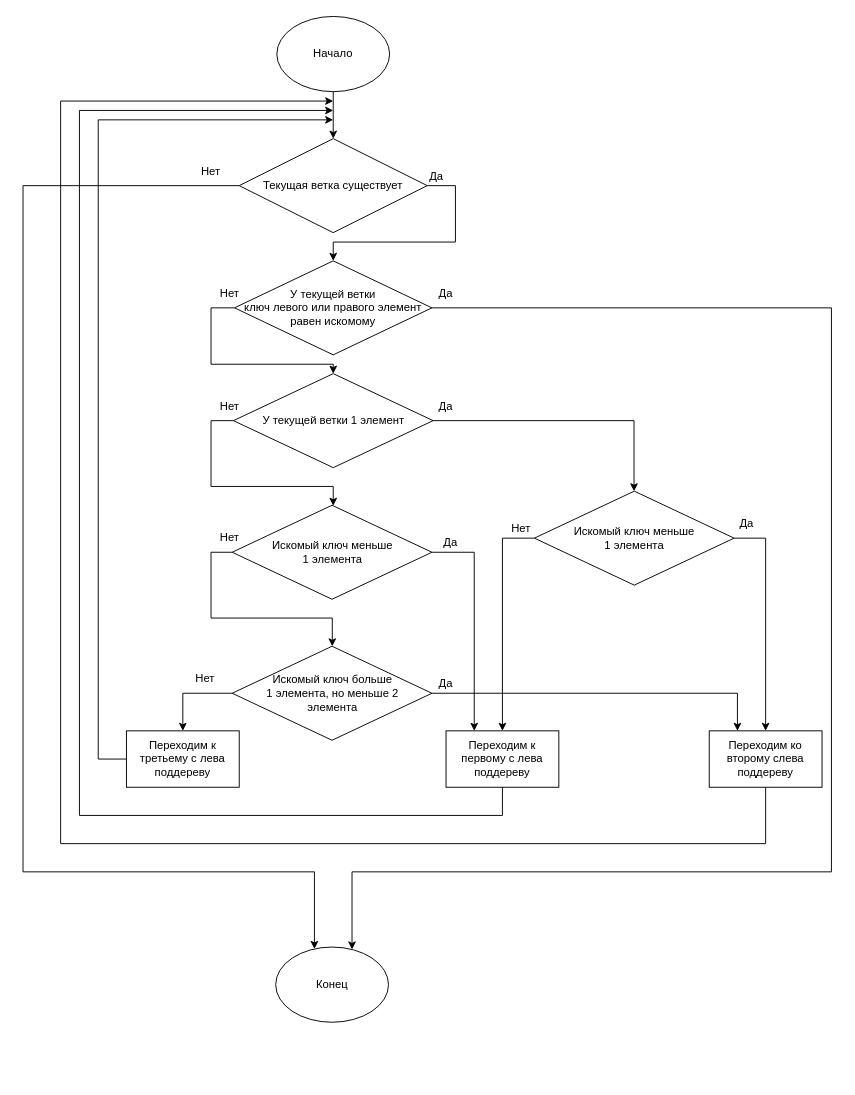
The draw.io diagram Diograms/Search.drawio in GREBIAR-Git/2-3Tree, before the edit. Source tidied: cells renumbered, new cells numbered last; positions are measured from the earlier drawing's top-left corner, leaving out a move shared by most shapes. Both pictures are drawn from the tidied source at 94%, with x=0, y=0 at pixel (23, 16).
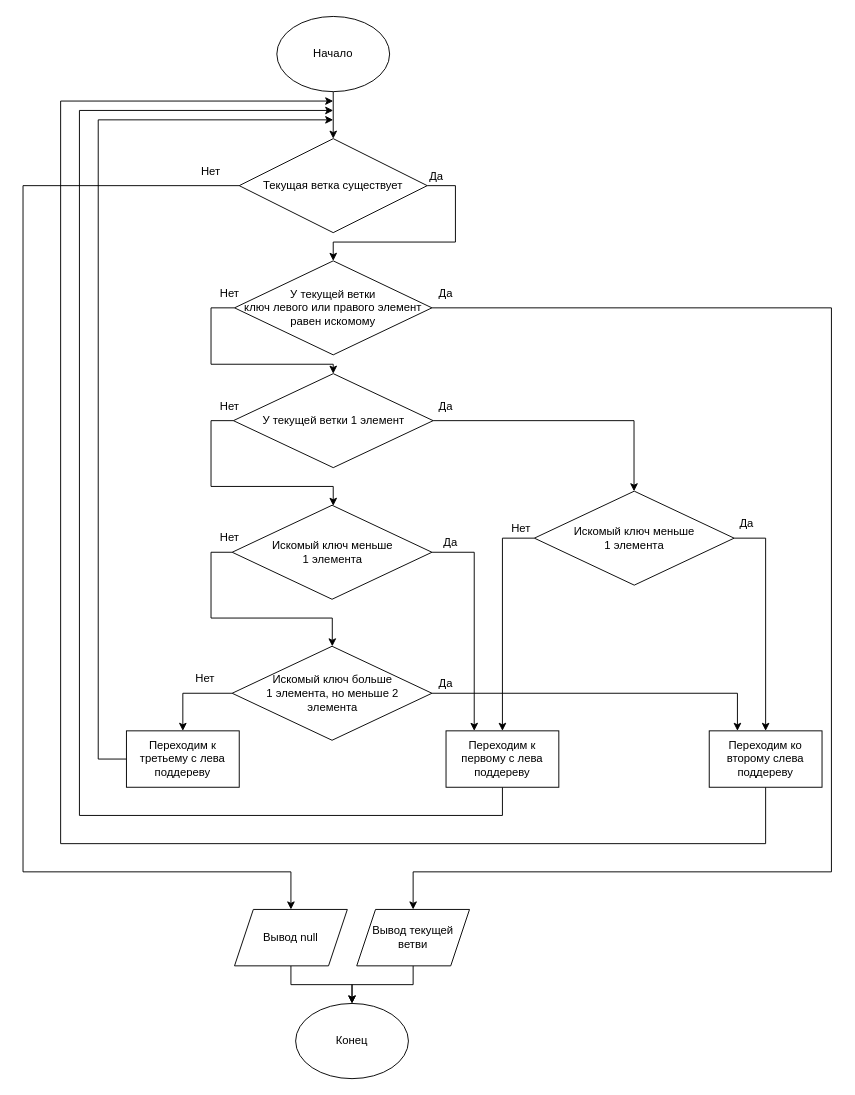
Above is the later version.

Unchanged cells that the change refers to:
```xml
<mxCell id="6" value="&lt;div&gt;Текущая ветка существует&lt;/div&gt;" style="rhombus;whiteSpace=wrap;html=1;" parent="1" vertex="1">
  <mxGeometry x="230" y="130" width="200" height="100" as="geometry" />
</mxCell>
<mxCell id="9" value="&lt;div&gt;У текущей ветки&lt;/div&gt;&lt;div&gt; ключ левого или правого элемент&lt;/div&gt;&lt;div&gt; равен искомому&lt;br&gt;&lt;/div&gt;" style="rhombus;whiteSpace=wrap;html=1;" parent="1" vertex="1">
  <mxGeometry x="225" y="260" width="210" height="100" as="geometry" />
</mxCell>
```

Diff of the diagram source:
```diff
@@
-    <mxCell id="5" style="edgeStyle=orthogonalEdgeStyle;rounded=0;jettySize=auto;html=1;" parent="1" edge="1" source="6" target="22">
+    <mxCell id="5" style="edgeStyle=orthogonalEdgeStyle;rounded=0;jettySize=auto;html=1;" parent="1" edge="1" source="6" target="44">
       <mxGeometry relative="1" as="geometry">
         <Array as="points">
           <mxPoint y="180" />
           <mxPoint y="910" />
-          <mxPoint x="310" y="910" />
+          <mxPoint x="285" y="910" />
         </Array>
       </mxGeometry>
     </mxCell>
@@
-    <mxCell id="8" style="edgeStyle=orthogonalEdgeStyle;rounded=0;jettySize=auto;html=1;" parent="1" edge="1" source="9" target="22">
+    <mxCell id="8" style="edgeStyle=orthogonalEdgeStyle;rounded=0;jettySize=auto;html=1;entryX=0.5;entryY=0;entryDx=0;entryDy=0;" parent="1" edge="1" source="9" target="42">
       <mxGeometry relative="1" as="geometry">
         <Array as="points">
           <mxPoint x="860" y="310" />
           <mxPoint x="860" y="910" />
-          <mxPoint x="350" y="910" />
+          <mxPoint x="415" y="910" />
         </Array>
       </mxGeometry>
     </mxCell>
@@
     <mxCell id="22" value="Конец" style="ellipse;whiteSpace=wrap;html=1;" parent="1" vertex="1">
-      <mxGeometry x="268.8" y="990" width="120" height="80" as="geometry" />
+      <mxGeometry x="290" y="1050" width="120" height="80" as="geometry" />
     </mxCell>
@@
+    <mxCell id="41" style="edgeStyle=orthogonalEdgeStyle;rounded=0;jettySize=auto;html=1;" parent="1" edge="1" source="42" target="22">
+      <mxGeometry relative="1" as="geometry" />
+    </mxCell>
+    <mxCell id="42" value="Вывод текущей ветви" style="shape=parallelogram;perimeter=parallelogramPerimeter;whiteSpace=wrap;html=1;fixedSize=1;" parent="1" vertex="1">
+      <mxGeometry x="355" y="950" width="120" height="60" as="geometry" />
+    </mxCell>
+    <mxCell id="43" style="edgeStyle=orthogonalEdgeStyle;rounded=0;jettySize=auto;html=1;" parent="1" edge="1" source="44" target="22">
+      <mxGeometry relative="1" as="geometry" />
+    </mxCell>
+    <mxCell id="44" value="Вывод null" style="shape=parallelogram;perimeter=parallelogramPerimeter;whiteSpace=wrap;html=1;fixedSize=1;" parent="1" vertex="1">
+      <mxGeometry x="225" y="950" width="120" height="60" as="geometry" />
+    </mxCell>
```
